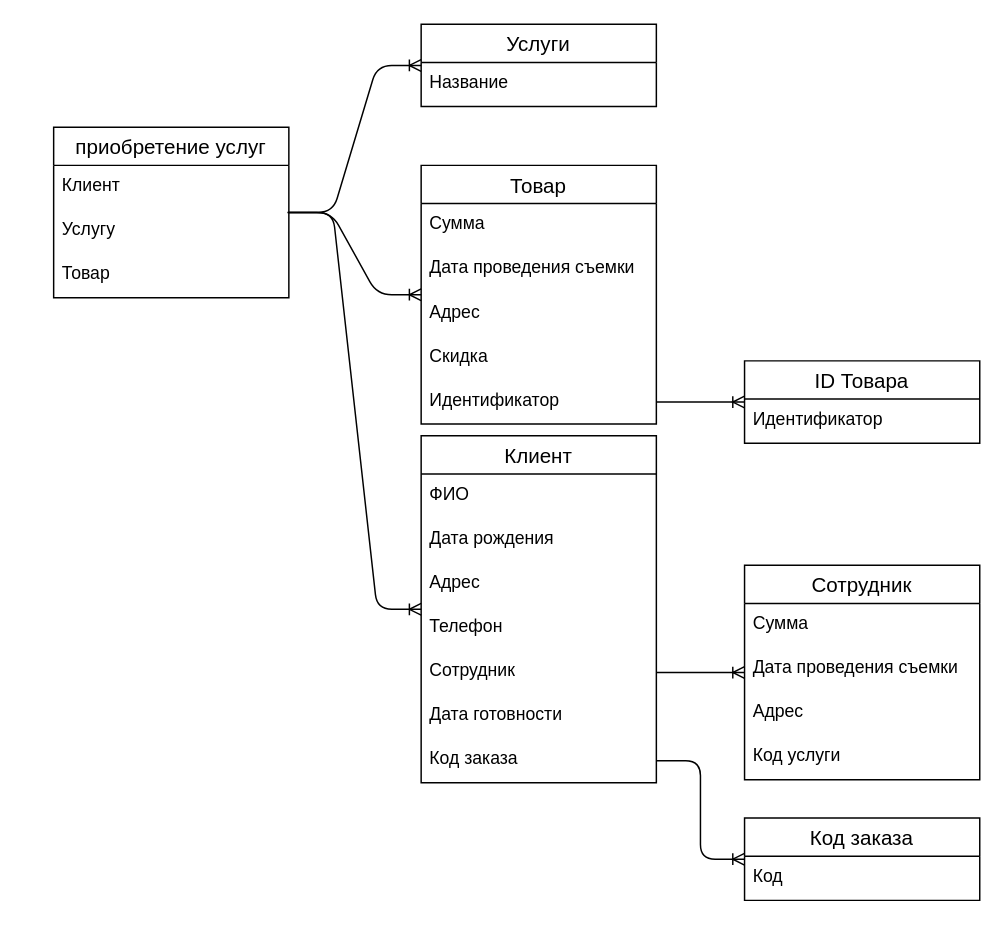
The draw.io diagram Untitled Diagram.drawio in aquaform/group_915, before the edit. Source tidied: cells renumbered, new cells numbered last; positions are measured from the earlier drawing's top-left corner, leaving out a move shared by most shapes. Both pictures are drawn from the tidied source at 147%, with x=0, y=0 at pixel (53, 24).
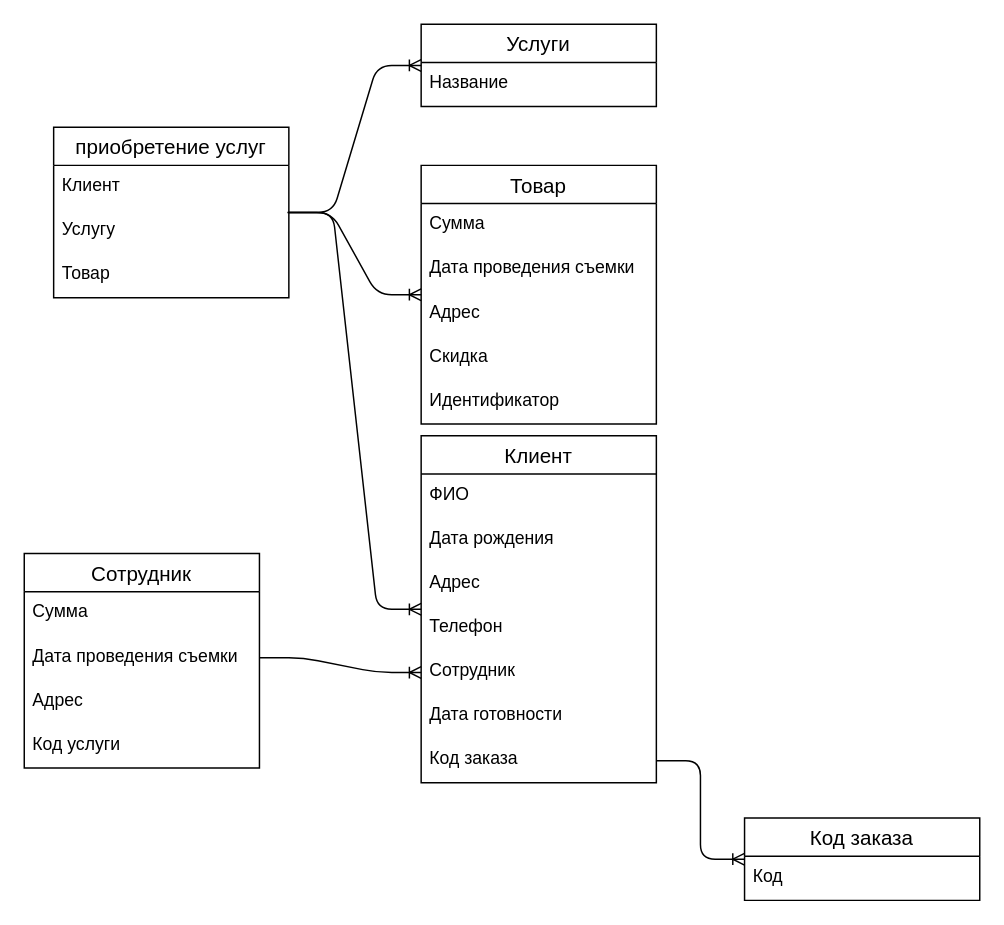
The same diagram, later.

The change refers to these unchanged cells:
```xml
<mxCell id="9" value="Сотрудник" style="text;strokeColor=none;fillColor=none;spacingLeft=4;spacingRight=4;overflow=hidden;points=[[0,0.5],[1,0.5]];portConstraint=eastwest;fontSize=12;" parent="4" vertex="1">
  <mxGeometry y="146" width="160" height="30" as="geometry" />
</mxCell>
<mxCell id="17" value="Идентификатор" style="text;strokeColor=none;fillColor=none;spacingLeft=4;spacingRight=4;overflow=hidden;points=[[0,0.5],[1,0.5]];portConstraint=eastwest;fontSize=12;" parent="12" vertex="1">
  <mxGeometry y="146" width="160" height="30" as="geometry" />
</mxCell>
<mxCell id="27" value="Дата проведения съемки" style="text;strokeColor=none;fillColor=none;spacingLeft=4;spacingRight=4;overflow=hidden;points=[[0,0.5],[1,0.5]];portConstraint=eastwest;fontSize=12;" parent="25" vertex="1">
  <mxGeometry y="56" width="160" height="30" as="geometry" />
</mxCell>
```

Change to the diagram source:
```diff
@@
     <mxCell id="25" value="Сотрудник" style="swimlane;fontStyle=0;horizontal=1;startSize=26;align=center;fontSize=14;" parent="1" vertex="1">
-      <mxGeometry x="470" y="368" width="160" height="146" as="geometry" />
+      <mxGeometry x="-20" y="360" width="160" height="146" as="geometry" />
     </mxCell>
@@
-    <mxCell id="30" value="ID Товара" style="swimlane;fontStyle=0;horizontal=1;startSize=26;align=center;fontSize=14;" parent="1" vertex="1">
-      <mxGeometry x="470" y="229" width="160" height="56" as="geometry" />
-    </mxCell>
-    <mxCell id="31" value="Идентификатор " style="text;strokeColor=none;fillColor=none;spacingLeft=4;spacingRight=4;overflow=hidden;fontSize=12;" parent="30" vertex="1">
-      <mxGeometry y="26" width="160" height="30" as="geometry" />
-    </mxCell>
-    <mxCell id="32" style="edgeStyle=entityRelationEdgeStyle;fontSize=12;html=1;endArrow=ERoneToMany;exitX=1;exitY=0.5;exitDx=0;exitDy=0;" parent="1" edge="1" source="17" target="30">
-      <mxGeometry relative="1" as="geometry" />
-    </mxCell>
-    <mxCell id="33" style="edgeStyle=entityRelationEdgeStyle;fontSize=12;html=1;endArrow=ERoneToMany;exitX=1;exitY=0.5;exitDx=0;exitDy=0;" parent="1" edge="1" source="9" target="25">
+    <mxCell id="33" style="edgeStyle=entityRelationEdgeStyle;fontSize=12;html=1;endArrow=ERoneToMany;entryX=0;entryY=0.5;entryDx=0;entryDy=0;exitX=1;exitY=0.5;exitDx=0;exitDy=0;" parent="1" edge="1" source="27" target="9">
       <mxGeometry relative="1" as="geometry" />
     </mxCell>
```
